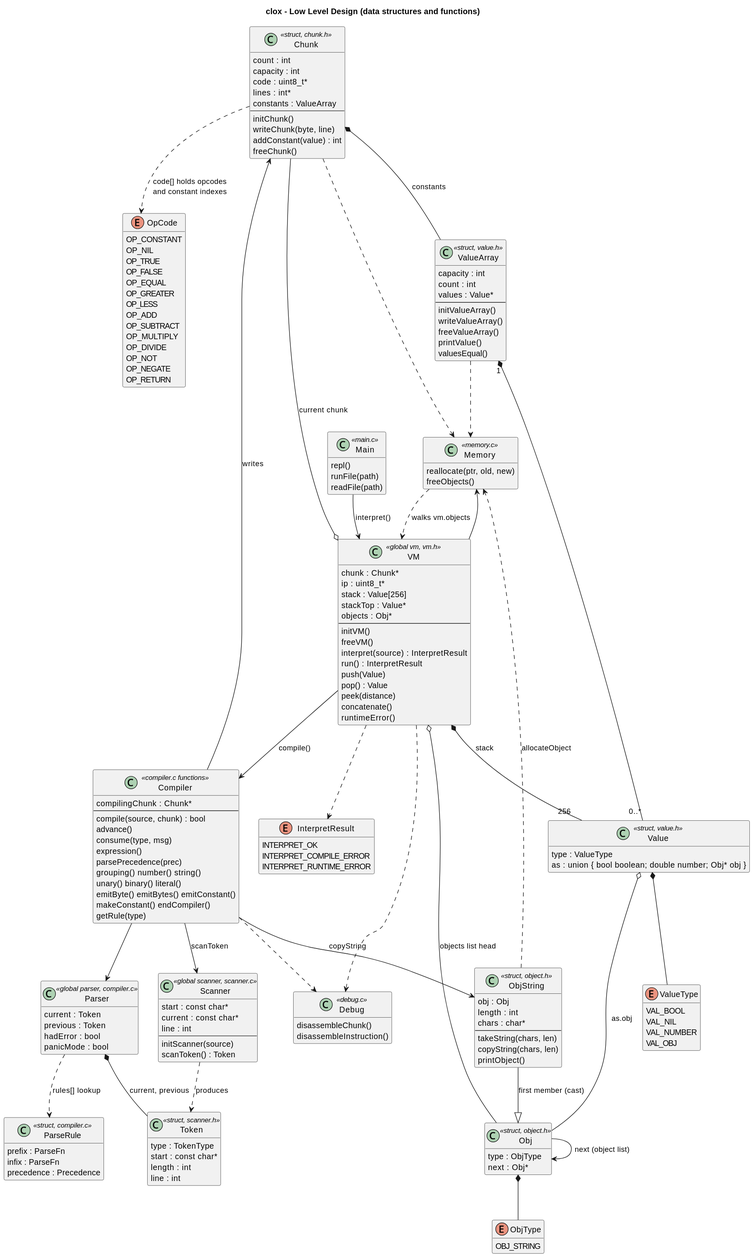
This is docs/puml/lld-classes.svg from thegoddo/clox, a PlantUML export, as it was before one commit.
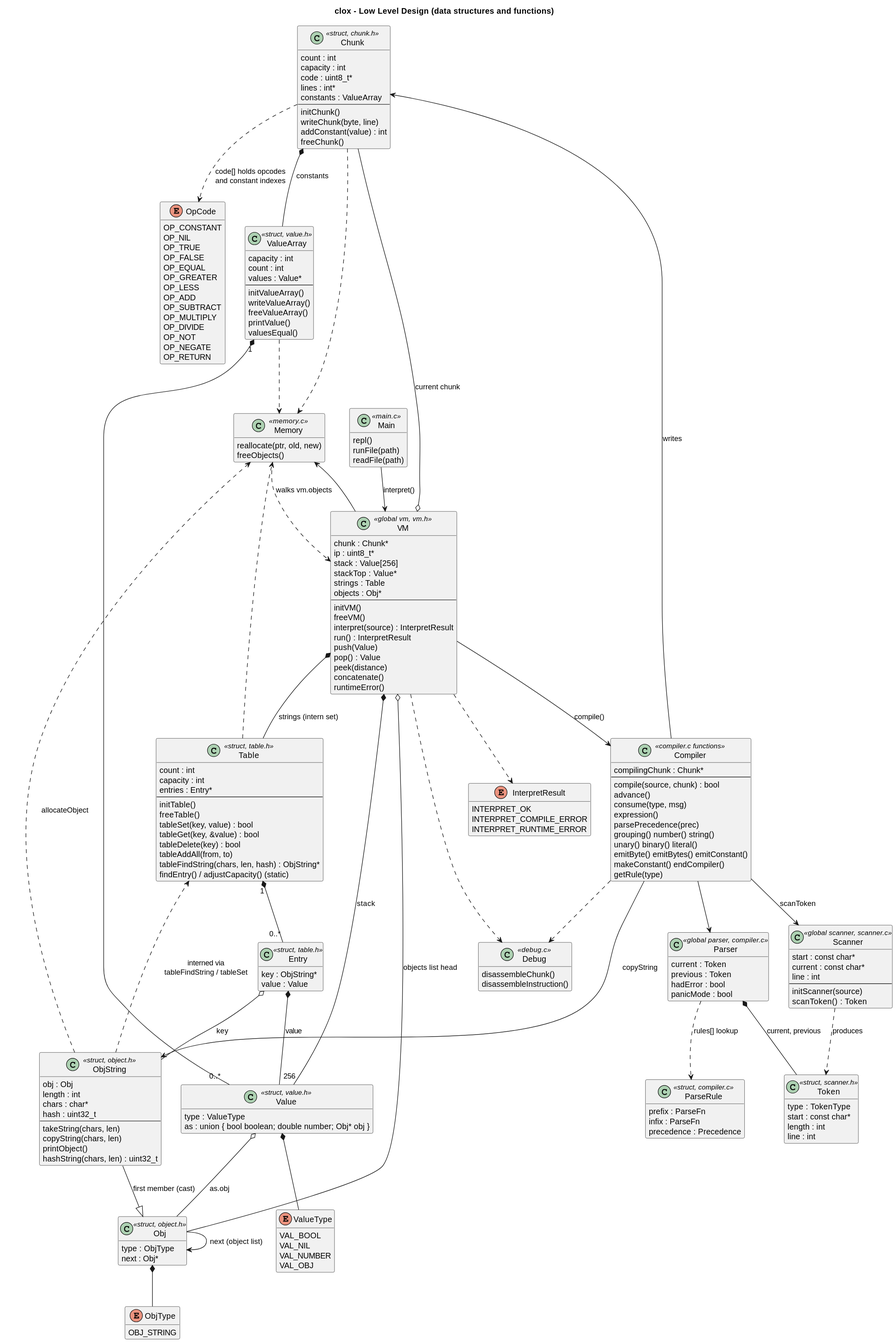
Above is the later version.

Diff of the diagram source:
```diff
@@ -70,10 +70,32 @@
   obj : Obj
   length : int
   chars : char*
+  hash : uint32_t
   --
   takeString(chars, len)
   copyString(chars, len)
   printObject()
+  hashString(chars, len) : uint32_t
+}
+
+class Entry <<struct, table.h>> {
+  key : ObjString*
+  value : Value
+}
+
+class Table <<struct, table.h>> {
+  count : int
+  capacity : int
+  entries : Entry*
+  --
+  initTable()
+  freeTable()
+  tableSet(key, value) : bool
+  tableGet(key, &value) : bool
+  tableDelete(key) : bool
+  tableAddAll(from, to)
+  tableFindString(chars, len, hash) : ObjString*
+  findEntry() / adjustCapacity() (static)
 }
 
 class VM <<global vm, vm.h>> {
@@ -81,6 +103,7 @@
   ip : uint8_t*
   stack : Value[256]
   stackTop : Value*
+  strings : Table
   objects : Obj*
   --
   initVM()
@@ -171,6 +194,12 @@
 VM o-- Chunk : current chunk
 VM *-- "256" Value : stack
 VM o-- Obj : objects list head
+VM *-- Table : strings (intern set)
+Table "1" *-- "0..*" Entry
+Entry o-- ObjString : key
+Entry *-- Value : value
+ObjString ..> Table : interned via\ntableFindString / tableSet
+Table ..> Memory
 VM ..> InterpretResult
 Scanner ..> Token : produces
 Parser *-- Token : current, previous
```
